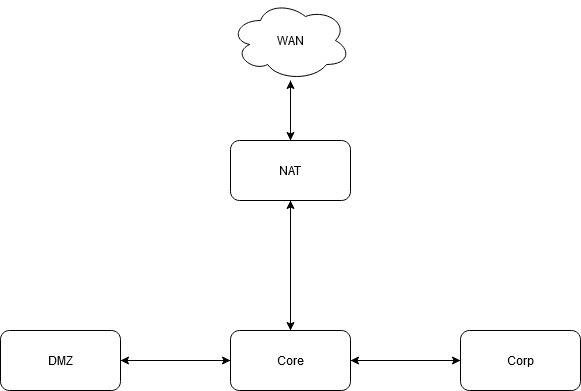
The draw.io diagram Diagram.png in hoolies/NetworkAutomationProject, before a commit. Source tidied: cells renumbered, new cells last; positions are measured from the earlier drawing's top-left corner, leaving out a move shared by most shapes.
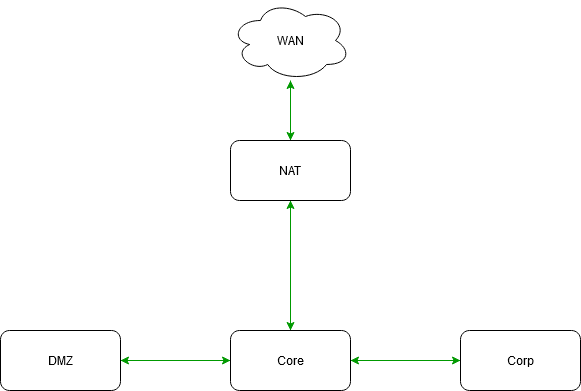
After the commit.

Diff of the diagram source:
```diff
@@ -2,42 +2,42 @@
   <root>
     <mxCell id="0" />
     <mxCell id="1" parent="0" />
-    <mxCell id="2" style="edgeStyle=orthogonalEdgeStyle;rounded=0;jettySize=auto;html=1;" parent="1" edge="1" source="4">
+    <mxCell id="2" style="edgeStyle=orthogonalEdgeStyle;rounded=0;jettySize=auto;html=1;fillColor=#d5e8d4;strokeColor=#009900;" parent="1" edge="1" source="4">
       <mxGeometry relative="1" as="geometry">
         <mxPoint x="290" y="330" as="targetPoint" />
       </mxGeometry>
     </mxCell>
-    <mxCell id="3" style="edgeStyle=orthogonalEdgeStyle;rounded=0;jettySize=auto;html=1;" parent="1" edge="1" source="4" target="14">
+    <mxCell id="3" style="edgeStyle=orthogonalEdgeStyle;rounded=0;jettySize=auto;html=1;fillColor=#d5e8d4;strokeColor=#009900;" parent="1" edge="1" source="4" target="14">
       <mxGeometry relative="1" as="geometry" />
     </mxCell>
     <mxCell id="4" value="NAT" style="rounded=1;whiteSpace=wrap;html=1;" parent="1" vertex="1">
       <mxGeometry x="230" y="140" width="120" height="60" as="geometry" />
     </mxCell>
-    <mxCell id="5" style="edgeStyle=orthogonalEdgeStyle;rounded=0;jettySize=auto;html=1;" parent="1" edge="1" source="8" target="10">
+    <mxCell id="5" style="edgeStyle=orthogonalEdgeStyle;rounded=0;jettySize=auto;html=1;fillColor=#d5e8d4;strokeColor=#009900;" parent="1" edge="1" source="8" target="10">
       <mxGeometry relative="1" as="geometry" />
     </mxCell>
-    <mxCell id="6" style="edgeStyle=orthogonalEdgeStyle;rounded=0;jettySize=auto;html=1;entryX=0;entryY=0.5;entryDx=0;entryDy=0;" parent="1" edge="1" source="8" target="12">
+    <mxCell id="6" style="edgeStyle=orthogonalEdgeStyle;rounded=0;jettySize=auto;html=1;entryX=0;entryY=0.5;entryDx=0;entryDy=0;fillColor=#d5e8d4;strokeColor=#009900;" parent="1" edge="1" source="8" target="12">
       <mxGeometry relative="1" as="geometry" />
     </mxCell>
-    <mxCell id="7" style="edgeStyle=orthogonalEdgeStyle;rounded=0;jettySize=auto;html=1;" parent="1" edge="1" source="8" target="4">
+    <mxCell id="7" style="edgeStyle=orthogonalEdgeStyle;rounded=0;jettySize=auto;html=1;fillColor=#d5e8d4;strokeColor=#009900;" parent="1" edge="1" source="8" target="4">
       <mxGeometry relative="1" as="geometry" />
     </mxCell>
     <mxCell id="8" value="Core" style="rounded=1;whiteSpace=wrap;html=1;" parent="1" vertex="1">
       <mxGeometry x="230" y="330" width="120" height="60" as="geometry" />
     </mxCell>
-    <mxCell id="9" style="edgeStyle=orthogonalEdgeStyle;rounded=0;jettySize=auto;html=1;" parent="1" edge="1" source="10" target="8">
+    <mxCell id="9" style="edgeStyle=orthogonalEdgeStyle;rounded=0;jettySize=auto;html=1;fillColor=#d5e8d4;strokeColor=#009900;" parent="1" edge="1" source="10" target="8">
       <mxGeometry relative="1" as="geometry" />
     </mxCell>
     <mxCell id="10" value="DMZ" style="rounded=1;whiteSpace=wrap;html=1;" parent="1" vertex="1">
       <mxGeometry y="330" width="120" height="60" as="geometry" />
     </mxCell>
-    <mxCell id="11" style="edgeStyle=orthogonalEdgeStyle;rounded=0;jettySize=auto;html=1;entryX=1;entryY=0.5;entryDx=0;entryDy=0;" parent="1" edge="1" source="12" target="8">
+    <mxCell id="11" style="edgeStyle=orthogonalEdgeStyle;rounded=0;jettySize=auto;html=1;entryX=1;entryY=0.5;entryDx=0;entryDy=0;fillColor=#d5e8d4;strokeColor=#009900;" parent="1" edge="1" source="12" target="8">
       <mxGeometry relative="1" as="geometry" />
     </mxCell>
     <mxCell id="12" value="Corp" style="rounded=1;whiteSpace=wrap;html=1;" parent="1" vertex="1">
       <mxGeometry x="460" y="330" width="120" height="60" as="geometry" />
     </mxCell>
-    <mxCell id="13" style="edgeStyle=orthogonalEdgeStyle;rounded=0;jettySize=auto;html=1;entryX=0.5;entryY=0;entryDx=0;entryDy=0;" parent="1" edge="1" source="14" target="4">
+    <mxCell id="13" style="edgeStyle=orthogonalEdgeStyle;rounded=0;jettySize=auto;html=1;entryX=0.5;entryY=0;entryDx=0;entryDy=0;fillColor=#d5e8d4;strokeColor=#009900;" parent="1" edge="1" source="14" target="4">
       <mxGeometry relative="1" as="geometry" />
     </mxCell>
     <mxCell id="14" value="WAN" style="ellipse;shape=cloud;whiteSpace=wrap;html=1;" parent="1" vertex="1">
```
